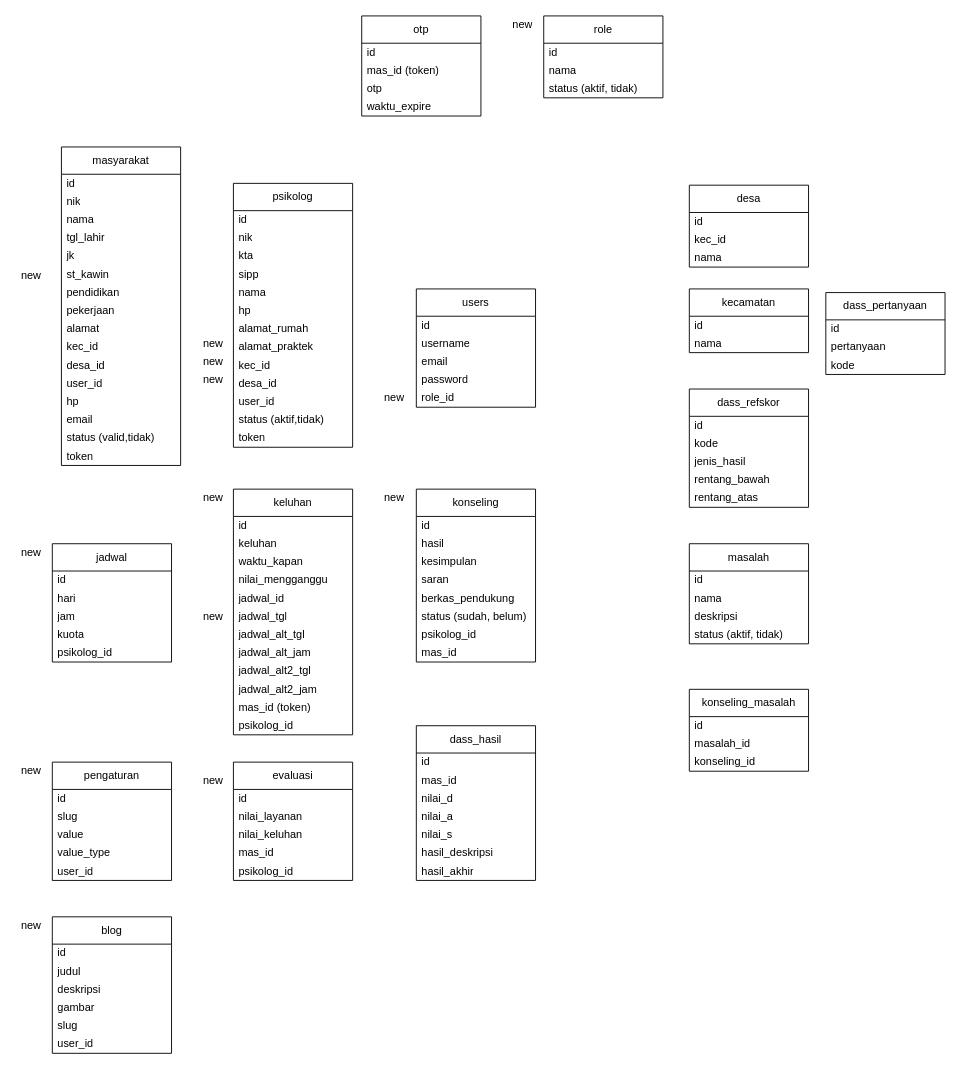
Above: env_designs/erd_dmb.drawio in zeneight/drawio (draw.io), before the change. Source tidied: cells renumbered, new cells numbered last; positions are measured from the earlier drawing's top-left corner, leaving out a move shared by most shapes. Both pictures are drawn from the tidied source at 91%, with x=0, y=0 at pixel (15, 15).
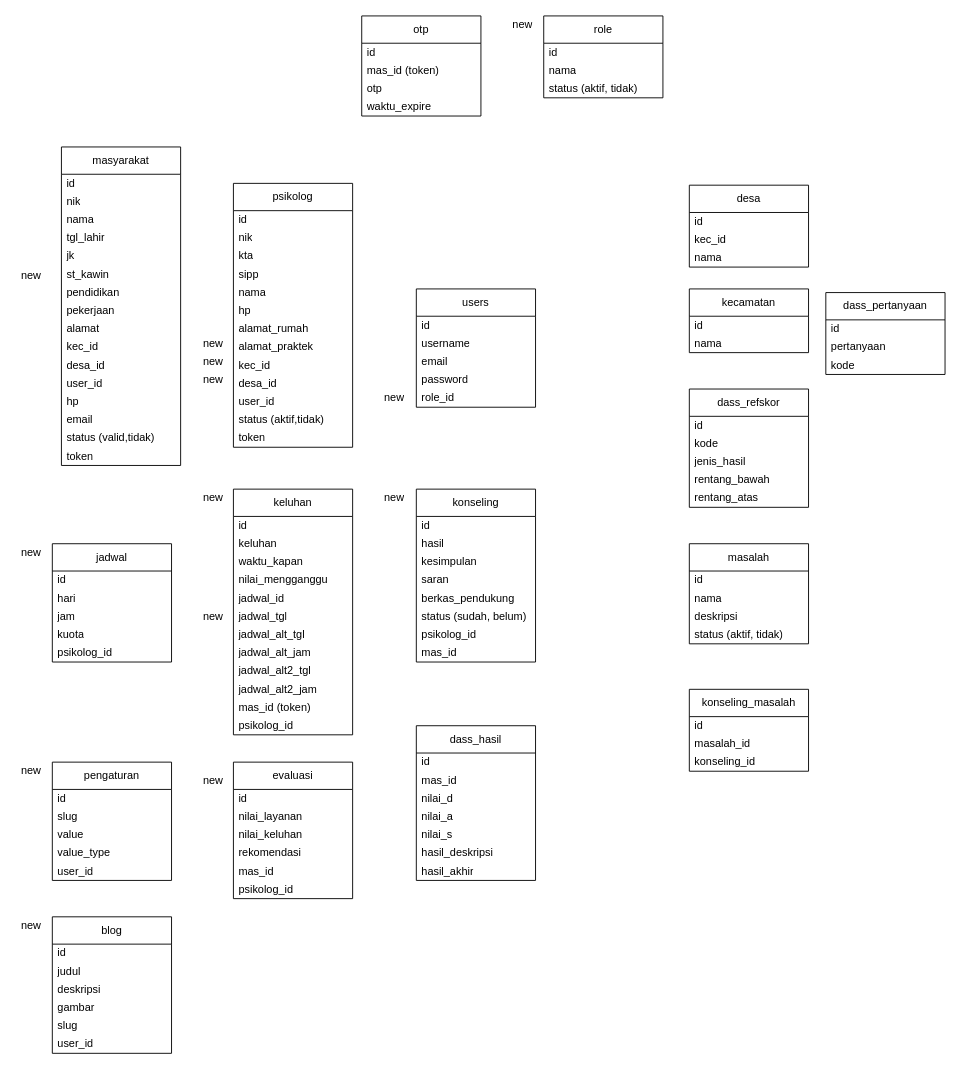
After the change.

What changed in the source:
```diff
@@
     <mxCell id="67" value="evaluasi" style="swimlane;fontStyle=0;horizontal=1;startSize=30;whiteSpace=wrap;html=1;" parent="1" vertex="1">
-      <mxGeometry x="239" y="820" width="131" height="130" as="geometry" />
+      <mxGeometry x="239" y="820" width="131" height="150" as="geometry" />
     </mxCell>
@@
+    <mxCell id="142" value="rekomendasi" style="text;strokeColor=none;fillColor=none;align=left;verticalAlign=middle;spacingLeft=4;spacingRight=4;overflow=hidden;whiteSpace=wrap;html=1;" parent="67" vertex="1">
+      <mxGeometry y="90" width="131" height="20" as="geometry" />
+    </mxCell>
     <mxCell id="71" value="mas_id" style="text;strokeColor=none;fillColor=none;align=left;verticalAlign=middle;spacingLeft=4;spacingRight=4;overflow=hidden;whiteSpace=wrap;html=1;" parent="67" vertex="1">
-      <mxGeometry y="90" width="131" height="20" as="geometry" />
+      <mxGeometry y="110" width="131" height="20" as="geometry" />
     </mxCell>
     <mxCell id="72" value="psikolog_id" style="text;strokeColor=none;fillColor=none;align=left;verticalAlign=middle;spacingLeft=4;spacingRight=4;overflow=hidden;whiteSpace=wrap;html=1;" parent="67" vertex="1">
-      <mxGeometry y="110" width="131" height="20" as="geometry" />
+      <mxGeometry y="130" width="131" height="20" as="geometry" />
     </mxCell>
```
